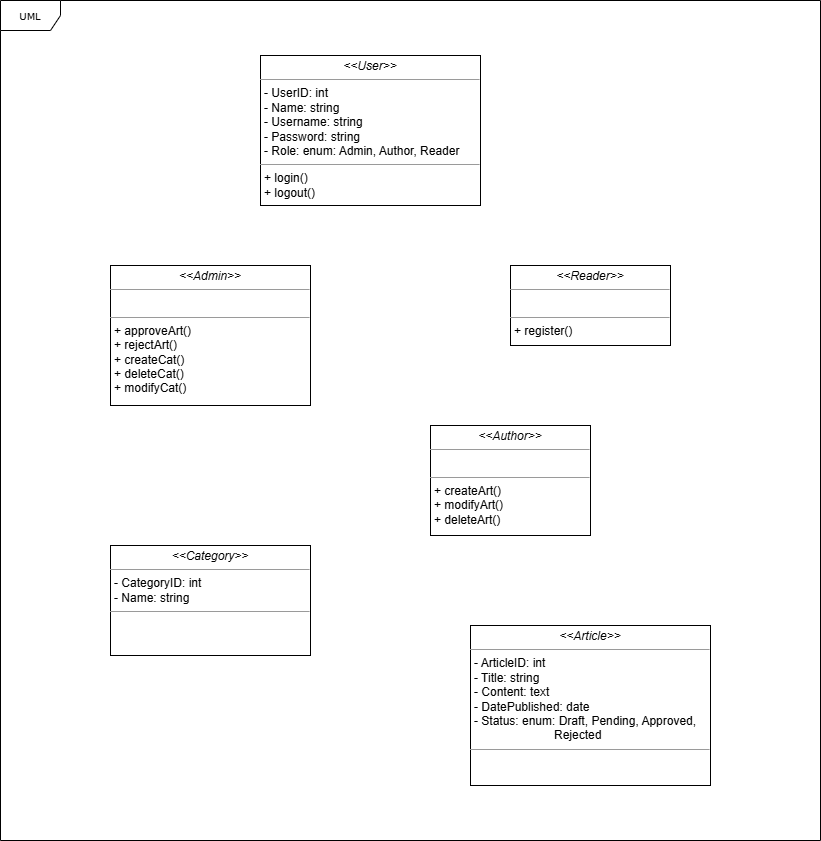
This is diagrams/Class.png from theshamkhi/Udemy, a draw.io export, as it was before one commit. Source tidied: cells renumbered, new cells last; positions are measured from the earlier drawing's top-left corner, leaving out a move shared by most shapes.
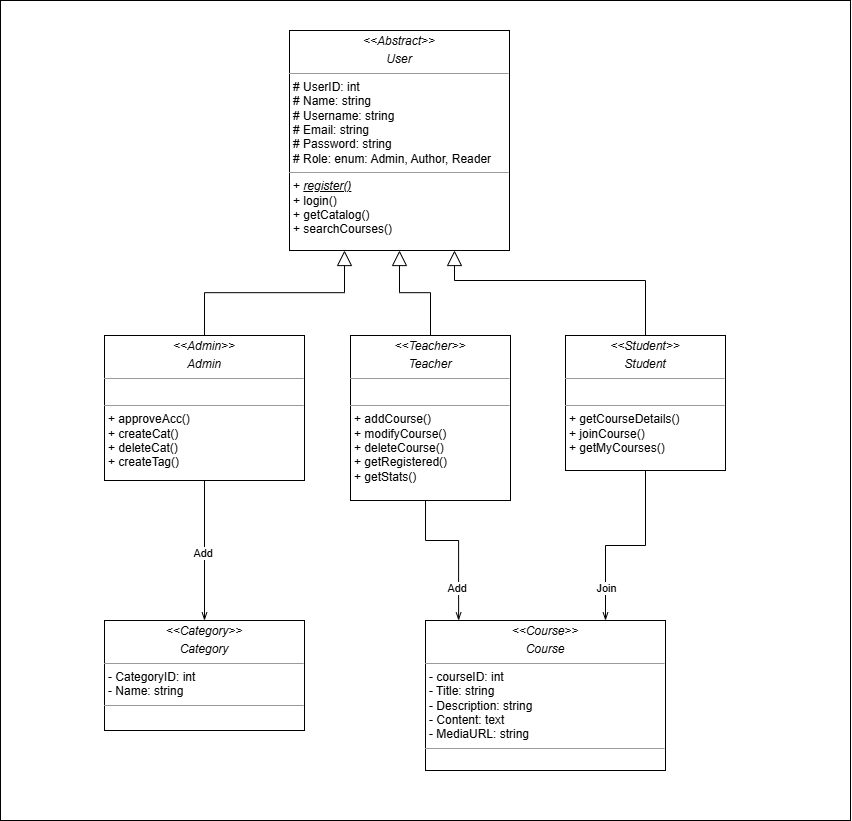
The same diagram one commit later.

Commit message:
Updated the Class Diagram

What changed in the source:
```diff
@@ -2,26 +2,68 @@
   <root>
     <mxCell id="0" />
     <mxCell id="1" parent="0" />
-    <mxCell id="2" value="UML" style="shape=umlFrame;whiteSpace=wrap;html=1;rounded=0;shadow=0;comic=0;labelBackgroundColor=none;strokeWidth=1;fontFamily=Verdana;fontSize=10;align=center;" parent="1" vertex="1">
-      <mxGeometry width="820" height="840" as="geometry" />
-    </mxCell>
+    <mxCell id="9" value="&amp;amp;" style="rounded=0;whiteSpace=wrap;html=1;" parent="1" vertex="1">
+      <mxGeometry x="-20" y="-20" width="850" height="820" as="geometry" />
+    </mxCell>
+    <mxCell id="10" style="edgeStyle=orthogonalEdgeStyle;rounded=0;jettySize=auto;html=1;endArrow=openThin;endFill=0;" parent="1" edge="1" source="3" target="7">
+      <mxGeometry relative="1" as="geometry" />
+    </mxCell>
+    <mxCell id="11" value="&amp;nbsp;Add&amp;nbsp;" style="edgeLabel;html=1;align=center;verticalAlign=middle;" parent="10" vertex="1">
+      <mxGeometry x="0.04" y="-1" relative="1" as="geometry" />
+    </mxCell>
-    <mxCell id="3" value="&lt;p style=&quot;margin:0px;margin-top:4px;text-align:center;&quot;&gt;&lt;i&gt;&amp;lt;&amp;lt;Admin&amp;gt;&amp;gt;&lt;/i&gt;&lt;br&gt;&lt;/p&gt;&lt;hr size=&quot;1&quot;&gt;&lt;p style=&quot;margin:0px;margin-left:4px;&quot;&gt;&lt;br&gt;&lt;/p&gt;&lt;hr size=&quot;1&quot;&gt;&lt;p style=&quot;margin:0px;margin-left:4px;&quot;&gt;+ approveArt()&lt;/p&gt;&lt;p style=&quot;margin:0px;margin-left:4px;&quot;&gt;+ rejectArt()&lt;/p&gt;&lt;p style=&quot;margin:0px;margin-left:4px;&quot;&gt;+ createCat()&lt;/p&gt;&lt;p style=&quot;margin:0px;margin-left:4px;&quot;&gt;+ deleteCat()&lt;/p&gt;&lt;p style=&quot;margin:0px;margin-left:4px;&quot;&gt;+ modifyCat()&lt;/p&gt;" style="verticalAlign=top;align=left;overflow=fill;fontSize=12;fontFamily=Helvetica;html=1;rounded=0;shadow=0;comic=0;labelBackgroundColor=none;strokeWidth=1;" parent="1" vertex="1">
-      <mxGeometry x="110" y="265" width="200" height="140" as="geometry" />
+    <mxCell id="3" value="&lt;p style=&quot;margin:0px;margin-top:4px;text-align:center;&quot;&gt;&lt;i&gt;&amp;lt;&amp;lt;Admin&amp;gt;&amp;gt;&lt;/i&gt;&lt;br&gt;&lt;/p&gt;&lt;p style=&quot;margin:0px;margin-top:4px;text-align:center;&quot;&gt;&lt;i&gt;Admin&lt;/i&gt;&lt;/p&gt;&lt;hr size=&quot;1&quot;&gt;&lt;p style=&quot;margin: 0px 0px 0px 4px;&quot;&gt;&lt;br&gt;&lt;/p&gt;&lt;hr size=&quot;1&quot;&gt;&lt;p style=&quot;margin:0px;margin-left:4px;&quot;&gt;&lt;span style=&quot;background-color: transparent; color: light-dark(rgb(0, 0, 0), rgb(255, 255, 255));&quot;&gt;+ approveAcc()&lt;/span&gt;&lt;/p&gt;&lt;p style=&quot;margin:0px;margin-left:4px;&quot;&gt;&lt;span style=&quot;background-color: transparent; color: light-dark(rgb(0, 0, 0), rgb(255, 255, 255));&quot;&gt;+ createCat()&lt;/span&gt;&lt;/p&gt;&lt;p style=&quot;margin:0px;margin-left:4px;&quot;&gt;+ deleteCat()&lt;/p&gt;&lt;p style=&quot;margin:0px;margin-left:4px;&quot;&gt;+ createTag()&lt;/p&gt;" style="verticalAlign=top;align=left;overflow=fill;fontSize=12;fontFamily=Helvetica;html=1;rounded=0;shadow=0;comic=0;labelBackgroundColor=none;strokeWidth=1;" parent="1" vertex="1">
+      <mxGeometry x="84" y="315" width="200" height="145" as="geometry" />
     </mxCell>
+    <mxCell id="12" style="edgeStyle=orthogonalEdgeStyle;rounded=0;orthogonalLoop=1;jettySize=auto;html=1;endArrow=openThin;endFill=0;entryX=0.25;entryY=0;entryDx=0;entryDy=0;exitX=0.637;exitY=0.995;exitDx=0;exitDy=0;exitPerimeter=0;" parent="1" edge="1">
+      <mxGeometry relative="1" as="geometry">
+        <mxPoint x="405" y="459.3" as="sourcePoint" />
+        <mxPoint x="438.1" y="600" as="targetPoint" />
+        <Array as="points">
+          <mxPoint x="405.1" y="520" />
+          <mxPoint x="438.1" y="520" />
+        </Array>
+      </mxGeometry>
+    </mxCell>
-    <mxCell id="4" value="&lt;p style=&quot;margin:0px;margin-top:4px;text-align:center;&quot;&gt;&lt;i&gt;&amp;lt;&amp;lt;Author&amp;gt;&amp;gt;&lt;/i&gt;&lt;br&gt;&lt;/p&gt;&lt;hr size=&quot;1&quot;&gt;&lt;p style=&quot;margin:0px;margin-left:4px;&quot;&gt;&lt;br&gt;&lt;/p&gt;&lt;hr size=&quot;1&quot;&gt;&lt;p style=&quot;margin:0px;margin-left:4px;&quot;&gt;+ createArt()&lt;/p&gt;&lt;p style=&quot;margin:0px;margin-left:4px;&quot;&gt;+ modifyArt()&lt;/p&gt;&lt;p style=&quot;margin:0px;margin-left:4px;&quot;&gt;+ deleteArt()&lt;/p&gt;" style="verticalAlign=top;align=left;overflow=fill;fontSize=12;fontFamily=Helvetica;html=1;rounded=0;shadow=0;comic=0;labelBackgroundColor=none;strokeWidth=1;" parent="1" vertex="1">
-      <mxGeometry x="430" y="425" width="160" height="110" as="geometry" />
+    <mxCell id="4" value="&lt;p style=&quot;margin:0px;margin-top:4px;text-align:center;&quot;&gt;&lt;i&gt;&amp;lt;&amp;lt;Teacher&amp;gt;&amp;gt;&lt;/i&gt;&lt;br&gt;&lt;/p&gt;&lt;p style=&quot;margin:0px;margin-top:4px;text-align:center;&quot;&gt;&lt;i&gt;Teacher&lt;/i&gt;&lt;/p&gt;&lt;hr size=&quot;1&quot;&gt;&lt;p style=&quot;margin:0px;margin-left:4px;&quot;&gt;&lt;br&gt;&lt;/p&gt;&lt;hr size=&quot;1&quot;&gt;&lt;p style=&quot;margin:0px;margin-left:4px;&quot;&gt;+ addCourse()&lt;/p&gt;&lt;p style=&quot;margin:0px;margin-left:4px;&quot;&gt;+ modifyCourse()&lt;/p&gt;&lt;p style=&quot;margin:0px;margin-left:4px;&quot;&gt;+ deleteCourse()&lt;/p&gt;&lt;p style=&quot;margin:0px;margin-left:4px;&quot;&gt;+ getRegistered()&lt;/p&gt;&lt;p style=&quot;margin:0px;margin-left:4px;&quot;&gt;+ getStats()&lt;/p&gt;" style="verticalAlign=top;align=left;overflow=fill;fontSize=12;fontFamily=Helvetica;html=1;rounded=0;shadow=0;comic=0;labelBackgroundColor=none;strokeWidth=1;" parent="1" vertex="1">
+      <mxGeometry x="330" y="315" width="160" height="165" as="geometry" />
     </mxCell>
-    <mxCell id="5" value="&lt;p style=&quot;margin:0px;margin-top:4px;text-align:center;&quot;&gt;&lt;i&gt;&amp;lt;&amp;lt;Reader&amp;gt;&amp;gt;&lt;/i&gt;&lt;br&gt;&lt;/p&gt;&lt;hr size=&quot;1&quot;&gt;&lt;p style=&quot;margin:0px;margin-left:4px;&quot;&gt;&lt;br&gt;&lt;/p&gt;&lt;hr size=&quot;1&quot;&gt;&lt;p style=&quot;margin:0px;margin-left:4px;&quot;&gt;+ register()&lt;/p&gt;" style="verticalAlign=top;align=left;overflow=fill;fontSize=12;fontFamily=Helvetica;html=1;rounded=0;shadow=0;comic=0;labelBackgroundColor=none;strokeWidth=1;" parent="1" vertex="1">
-      <mxGeometry x="510" y="265" width="160" height="80" as="geometry" />
+    <mxCell id="5" value="&lt;p style=&quot;margin:0px;margin-top:4px;text-align:center;&quot;&gt;&lt;i&gt;&amp;lt;&amp;lt;Student&amp;gt;&amp;gt;&lt;/i&gt;&lt;br&gt;&lt;/p&gt;&lt;p style=&quot;margin:0px;margin-top:4px;text-align:center;&quot;&gt;&lt;i&gt;Student&lt;/i&gt;&lt;/p&gt;&lt;hr size=&quot;1&quot;&gt;&lt;p style=&quot;margin:0px;margin-left:4px;&quot;&gt;&lt;br&gt;&lt;/p&gt;&lt;hr size=&quot;1&quot;&gt;&lt;p style=&quot;margin:0px;margin-left:4px;&quot;&gt;+ getCourseDetails()&lt;/p&gt;&lt;p style=&quot;margin:0px;margin-left:4px;&quot;&gt;+ joinCourse()&lt;/p&gt;&lt;p style=&quot;margin:0px;margin-left:4px;&quot;&gt;+ getMyCourses()&lt;/p&gt;" style="verticalAlign=top;align=left;overflow=fill;fontSize=12;fontFamily=Helvetica;html=1;rounded=0;shadow=0;comic=0;labelBackgroundColor=none;strokeWidth=1;" parent="1" vertex="1">
+      <mxGeometry x="545" y="315" width="160" height="135" as="geometry" />
     </mxCell>
-    <mxCell id="6" value="&lt;p style=&quot;margin:0px;margin-top:4px;text-align:center;&quot;&gt;&lt;i&gt;&amp;lt;&amp;lt;User&amp;gt;&amp;gt;&lt;/i&gt;&lt;br&gt;&lt;/p&gt;&lt;hr size=&quot;1&quot;&gt;&lt;p style=&quot;margin: 0px 0px 0px 4px;&quot;&gt;- UserID: int&lt;br&gt;- Name: string&lt;/p&gt;&lt;p style=&quot;margin: 0px 0px 0px 4px;&quot;&gt;- Username: string&lt;/p&gt;&lt;p style=&quot;margin: 0px 0px 0px 4px;&quot;&gt;- Password: string&lt;/p&gt;&lt;p style=&quot;margin: 0px 0px 0px 4px;&quot;&gt;- Role: enum: Admin, Author, Reader&lt;/p&gt;&lt;hr size=&quot;1&quot;&gt;&lt;p style=&quot;margin: 0px 0px 0px 4px;&quot;&gt;+ login()&lt;/p&gt;&lt;p style=&quot;margin: 0px 0px 0px 4px;&quot;&gt;+ logout()&lt;/p&gt;" style="verticalAlign=top;align=left;overflow=fill;fontSize=12;fontFamily=Helvetica;html=1;rounded=0;shadow=0;comic=0;labelBackgroundColor=none;strokeWidth=1;" parent="1" vertex="1">
-      <mxGeometry x="260" y="55" width="220" height="150" as="geometry" />
+    <mxCell id="6" value="&lt;p style=&quot;margin:0px;margin-top:4px;text-align:center;&quot;&gt;&lt;i&gt;&amp;lt;&amp;lt;Abstract&amp;gt;&amp;gt;&lt;/i&gt;&lt;br&gt;&lt;/p&gt;&lt;p style=&quot;margin:0px;margin-top:4px;text-align:center;&quot;&gt;&lt;i&gt;User&lt;/i&gt;&lt;/p&gt;&lt;hr size=&quot;1&quot;&gt;&lt;p style=&quot;margin: 0px 0px 0px 4px;&quot;&gt;# UserID: int&lt;br&gt;# Name: string&lt;/p&gt;&lt;p style=&quot;margin: 0px 0px 0px 4px;&quot;&gt;# Username: string&lt;/p&gt;&lt;p style=&quot;margin: 0px 0px 0px 4px;&quot;&gt;# Email: string&lt;/p&gt;&lt;p style=&quot;margin: 0px 0px 0px 4px;&quot;&gt;# Password: string&lt;/p&gt;&lt;p style=&quot;margin: 0px 0px 0px 4px;&quot;&gt;# Role: enum: Admin, Author, Reader&lt;/p&gt;&lt;hr size=&quot;1&quot;&gt;&lt;p style=&quot;margin: 0px 0px 0px 4px;&quot;&gt;&lt;span style=&quot;background-color: transparent; color: light-dark(rgb(0, 0, 0), rgb(255, 255, 255));&quot;&gt;+ &lt;u&gt;&lt;i&gt;register()&lt;/i&gt;&lt;/u&gt;&lt;/span&gt;&lt;/p&gt;&lt;p style=&quot;margin: 0px 0px 0px 4px;&quot;&gt;&lt;span style=&quot;background-color: transparent; color: light-dark(rgb(0, 0, 0), rgb(255, 255, 255));&quot;&gt;+ login()&lt;/span&gt;&lt;/p&gt;&lt;p style=&quot;margin: 0px 0px 0px 4px;&quot;&gt;+&amp;nbsp;getCatalog()&lt;/p&gt;&lt;p style=&quot;margin: 0px 0px 0px 4px;&quot;&gt;+&amp;nbsp;searchCourses()&lt;/p&gt;&lt;div&gt;&lt;br&gt;&lt;/div&gt;" style="verticalAlign=top;align=left;overflow=fill;fontSize=12;fontFamily=Helvetica;html=1;rounded=0;shadow=0;comic=0;labelBackgroundColor=none;strokeWidth=1;" parent="1" vertex="1">
+      <mxGeometry x="269" y="10" width="220" height="220" as="geometry" />
     </mxCell>
-    <mxCell id="7" value="&lt;p style=&quot;margin:0px;margin-top:4px;text-align:center;&quot;&gt;&lt;i&gt;&amp;lt;&amp;lt;&lt;/i&gt;&lt;i style=&quot;background-color: transparent; color: light-dark(rgb(0, 0, 0), rgb(255, 255, 255));&quot;&gt;Category&lt;/i&gt;&lt;i style=&quot;background-color: transparent; color: light-dark(rgb(0, 0, 0), rgb(255, 255, 255));&quot;&gt;&amp;gt;&amp;gt;&lt;/i&gt;&lt;/p&gt;&lt;hr size=&quot;1&quot;&gt;&lt;p style=&quot;margin:0px;margin-left:4px;&quot;&gt;- CategoryID: int&lt;br&gt;- Name: string&lt;/p&gt;&lt;hr size=&quot;1&quot;&gt;&lt;p style=&quot;margin:0px;margin-left:4px;&quot;&gt;&lt;br&gt;&lt;/p&gt;" style="verticalAlign=top;align=left;overflow=fill;fontSize=12;fontFamily=Helvetica;html=1;rounded=0;shadow=0;comic=0;labelBackgroundColor=none;strokeWidth=1;" parent="1" vertex="1">
-      <mxGeometry x="110" y="545" width="200" height="110" as="geometry" />
+    <mxCell id="7" value="&lt;p style=&quot;margin:0px;margin-top:4px;text-align:center;&quot;&gt;&lt;i&gt;&amp;lt;&amp;lt;&lt;/i&gt;&lt;i style=&quot;background-color: transparent; color: light-dark(rgb(0, 0, 0), rgb(255, 255, 255));&quot;&gt;Category&lt;/i&gt;&lt;i style=&quot;background-color: transparent; color: light-dark(rgb(0, 0, 0), rgb(255, 255, 255));&quot;&gt;&amp;gt;&amp;gt;&lt;/i&gt;&lt;/p&gt;&lt;p style=&quot;margin:0px;margin-top:4px;text-align:center;&quot;&gt;&lt;i style=&quot;background-color: transparent; color: light-dark(rgb(0, 0, 0), rgb(255, 255, 255));&quot;&gt;Category&lt;/i&gt;&lt;/p&gt;&lt;hr size=&quot;1&quot;&gt;&lt;p style=&quot;margin:0px;margin-left:4px;&quot;&gt;- CategoryID: int&lt;br&gt;- Name: string&lt;/p&gt;&lt;hr size=&quot;1&quot;&gt;&lt;p style=&quot;margin:0px;margin-left:4px;&quot;&gt;&lt;br&gt;&lt;/p&gt;" style="verticalAlign=top;align=left;overflow=fill;fontSize=12;fontFamily=Helvetica;html=1;rounded=0;shadow=0;comic=0;labelBackgroundColor=none;strokeWidth=1;" parent="1" vertex="1">
+      <mxGeometry x="84" y="600" width="200" height="110" as="geometry" />
     </mxCell>
-    <mxCell id="8" value="&lt;p style=&quot;margin:0px;margin-top:4px;text-align:center;&quot;&gt;&lt;i&gt;&amp;lt;&amp;lt;Article&lt;/i&gt;&lt;i style=&quot;background-color: transparent; color: light-dark(rgb(0, 0, 0), rgb(255, 255, 255));&quot;&gt;&amp;gt;&amp;gt;&lt;/i&gt;&lt;/p&gt;&lt;hr size=&quot;1&quot;&gt;&lt;p style=&quot;margin: 0px 0px 0px 4px;&quot;&gt;- ArticleID: int&lt;br&gt;- Title: string&lt;/p&gt;&lt;p style=&quot;margin: 0px 0px 0px 4px;&quot;&gt;- Content: text&lt;/p&gt;&lt;p style=&quot;margin: 0px 0px 0px 4px;&quot;&gt;- DatePublished: date&lt;/p&gt;&lt;p style=&quot;margin: 0px 0px 0px 4px;&quot;&gt;- Status: enum: Draft, Pending, Approved,&lt;/p&gt;&lt;p style=&quot;margin: 0px 0px 0px 4px;&quot;&gt;&lt;span style=&quot;white-space-collapse: preserve;&quot;&gt;&#9;&lt;/span&gt;&lt;span style=&quot;white-space-collapse: preserve;&quot;&gt;&#9;&lt;/span&gt;&lt;span style=&quot;white-space-collapse: preserve;&quot;&gt;&#9;&lt;/span&gt;Rejected&lt;/p&gt;&lt;hr size=&quot;1&quot;&gt;&lt;p style=&quot;margin:0px;margin-left:4px;&quot;&gt;&lt;br&gt;&lt;/p&gt;" style="verticalAlign=top;align=left;overflow=fill;fontSize=12;fontFamily=Helvetica;html=1;rounded=0;shadow=0;comic=0;labelBackgroundColor=none;strokeWidth=1;" parent="1" vertex="1">
-      <mxGeometry x="470" y="625" width="240" height="160" as="geometry" />
+    <mxCell id="8" value="&lt;p style=&quot;margin:0px;margin-top:4px;text-align:center;&quot;&gt;&lt;i&gt;&amp;lt;&amp;lt;Course&lt;/i&gt;&lt;i style=&quot;background-color: transparent; color: light-dark(rgb(0, 0, 0), rgb(255, 255, 255));&quot;&gt;&amp;gt;&amp;gt;&lt;/i&gt;&lt;/p&gt;&lt;p style=&quot;margin:0px;margin-top:4px;text-align:center;&quot;&gt;&lt;i style=&quot;background-color: transparent; color: light-dark(rgb(0, 0, 0), rgb(255, 255, 255));&quot;&gt;Course&lt;/i&gt;&lt;/p&gt;&lt;hr size=&quot;1&quot;&gt;&lt;p style=&quot;margin: 0px 0px 0px 4px;&quot;&gt;- courseID: int&lt;br&gt;- Title: string&lt;/p&gt;&lt;p style=&quot;margin: 0px 0px 0px 4px;&quot;&gt;- Description: string&lt;/p&gt;&lt;p style=&quot;margin: 0px 0px 0px 4px;&quot;&gt;- Content: text&lt;/p&gt;&lt;p style=&quot;margin: 0px 0px 0px 4px;&quot;&gt;- MediaURL: string&lt;/p&gt;&lt;hr size=&quot;1&quot;&gt;&lt;p style=&quot;margin:0px;margin-left:4px;&quot;&gt;&lt;br&gt;&lt;/p&gt;" style="verticalAlign=top;align=left;overflow=fill;fontSize=12;fontFamily=Helvetica;html=1;rounded=0;shadow=0;comic=0;labelBackgroundColor=none;strokeWidth=1;" parent="1" vertex="1">
+      <mxGeometry x="405" y="600" width="240" height="150" as="geometry" />
     </mxCell>
+    <mxCell id="13" style="edgeStyle=elbowEdgeStyle;elbow=vertical;endArrow=block;html=1;curved=0;rounded=0;endSize=13;startSize=8;exitX=0.5;exitY=0;exitDx=0;exitDy=0;entryX=0.5;entryY=1;entryDx=0;entryDy=0;endFill=0;" parent="1" edge="1" source="4" target="6">
+      <mxGeometry relative="1" as="geometry" />
+    </mxCell>
+    <mxCell id="14" style="edgeStyle=elbowEdgeStyle;elbow=vertical;endArrow=block;html=1;curved=0;rounded=0;endSize=13;startSize=8;exitX=0.5;exitY=0;exitDx=0;exitDy=0;entryX=0.75;entryY=1;entryDx=0;entryDy=0;endFill=0;" parent="1" edge="1" source="5" target="6">
+      <mxGeometry relative="1" as="geometry">
+        <Array as="points">
+          <mxPoint x="530" y="260" />
+        </Array>
+      </mxGeometry>
+    </mxCell>
+    <mxCell id="15" style="edgeStyle=orthogonalEdgeStyle;rounded=0;jettySize=auto;html=1;endArrow=openThin;endFill=0;exitX=0.5;exitY=1;exitDx=0;exitDy=0;entryX=0.75;entryY=0;entryDx=0;entryDy=0;" parent="1" edge="1" source="5" target="8">
+      <mxGeometry relative="1" as="geometry" />
+    </mxCell>
+    <mxCell id="16" value="&amp;nbsp;Join&amp;nbsp;" style="edgeLabel;html=1;align=center;verticalAlign=middle;" parent="15" vertex="1">
+      <mxGeometry x="-0.22" y="-7" relative="1" as="geometry">
+        <mxPoint x="-32" y="43" as="offset" />
+      </mxGeometry>
+    </mxCell>
+    <mxCell id="17" value="&amp;nbsp;Add&amp;nbsp;" style="edgeLabel;html=1;align=center;verticalAlign=middle;" parent="15" vertex="1">
+      <mxGeometry x="-0.22" y="-6" relative="1" as="geometry">
+        <mxPoint x="-182" y="43" as="offset" />
+      </mxGeometry>
+    </mxCell>
+    <mxCell id="18" style="edgeStyle=elbowEdgeStyle;elbow=vertical;endArrow=block;html=1;curved=0;rounded=0;endSize=13;startSize=8;exitX=0.5;exitY=0;exitDx=0;exitDy=0;entryX=0.25;entryY=1;entryDx=0;entryDy=0;endFill=0;" parent="1" edge="1" source="3" target="6">
+      <mxGeometry relative="1" as="geometry" />
+    </mxCell>
   </root>
 </mxGraphModel>
```
